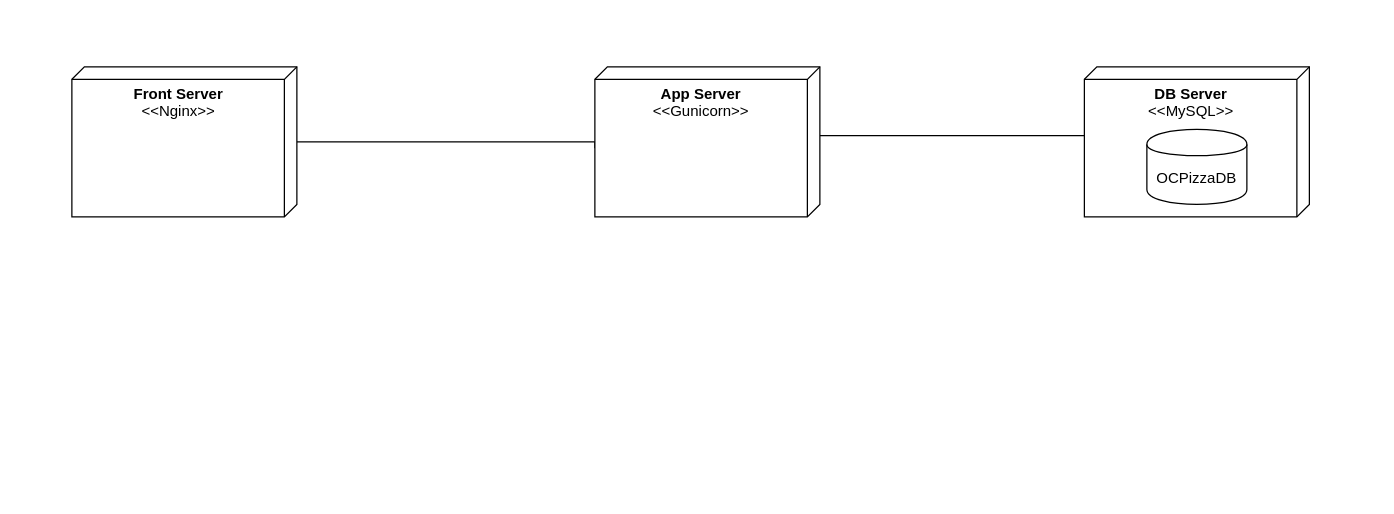
Above: page "DeploymentDiagram" (13 of 13) of Diagrams/OCPizza.drawio in GuillaumeOj/DesignTechnicalSolution (draw.io), before the change. Source tidied: cells renumbered, new cells numbered last; positions are measured from the earlier drawing's top-left corner, leaving out a move shared by most shapes. Both pictures are drawn from the tidied source at 125%, with x=0, y=0 at pixel (71, 66).
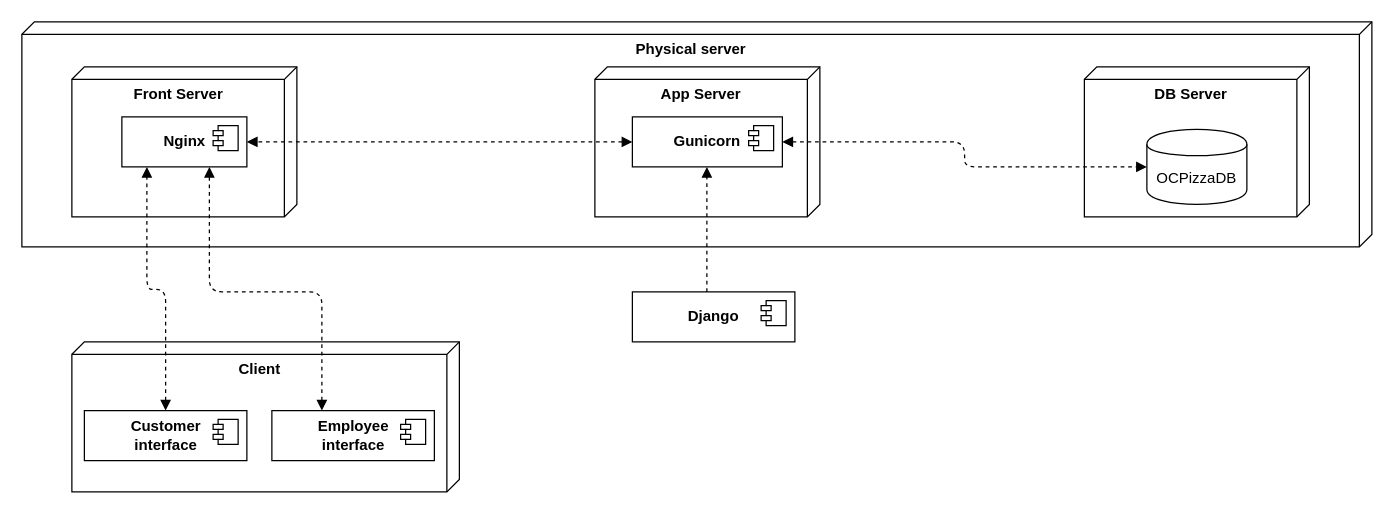
The same page after the edit.

The change refers to these unchanged cells:
```xml
<mxCell id="7" value="OCPizzaDB" style="shape=cylinder;whiteSpace=wrap;html=1;boundedLbl=1;backgroundOutline=1;align=center;" parent="1" vertex="1">
  <mxGeometry x="860" y="50" width="80" height="60" as="geometry" />
</mxCell>
```

Diff of the diagram source:
```diff
@@
+    <mxCell id="8" value="&lt;b&gt;Physical server&lt;/b&gt;" style="verticalAlign=top;align=center;spacingTop=8;spacingLeft=2;spacingRight=12;shape=cube;size=10;direction=south;fontStyle=0;html=1;" parent="1" vertex="1">
+      <mxGeometry x="-40" y="-36" width="1080" height="180" as="geometry" />
+    </mxCell>
+    <mxCell id="5" value="&lt;b&gt;DB Server&lt;/b&gt;" style="verticalAlign=top;align=center;spacingTop=8;spacingLeft=2;spacingRight=12;shape=cube;size=10;direction=south;fontStyle=0;html=1;" parent="1" vertex="1">
+      <mxGeometry x="810" width="180" height="120" as="geometry" />
+    </mxCell>
+    <mxCell id="4" value="&lt;b&gt;App Server&lt;/b&gt;" style="verticalAlign=top;align=center;spacingTop=8;spacingLeft=2;spacingRight=12;shape=cube;size=10;direction=south;fontStyle=0;html=1;" parent="1" vertex="1">
+      <mxGeometry x="418.4" width="180" height="120" as="geometry" />
+    </mxCell>
+    <mxCell id="6" value="&lt;b&gt;Front Server&lt;/b&gt;" style="verticalAlign=top;align=center;spacingTop=8;spacingLeft=2;spacingRight=12;shape=cube;size=10;direction=south;fontStyle=0;html=1;" parent="1" vertex="1">
+      <mxGeometry width="180" height="120" as="geometry" />
+    </mxCell>
+    <mxCell id="9" value="&lt;b&gt;Client&lt;/b&gt;" style="verticalAlign=top;align=center;spacingTop=8;spacingLeft=2;spacingRight=12;shape=cube;size=10;direction=south;fontStyle=0;html=1;" parent="1" vertex="1">
+      <mxGeometry y="220" width="310" height="120" as="geometry" />
+    </mxCell>
-    <mxCell id="2" style="edgeStyle=orthogonalEdgeStyle;rounded=0;jettySize=auto;html=1;exitX=0;exitY=0;exitDx=55;exitDy=0;exitPerimeter=0;startFill=1;endArrow=none;endFill=0;" parent="1" edge="1" source="4" target="5">
-      <mxGeometry relative="1" as="geometry">
-        <Array as="points">
-          <mxPoint x="638.4" y="55" />
-          <mxPoint x="638.4" y="55" />
-        </Array>
-      </mxGeometry>
+    <mxCell id="2" style="edgeStyle=orthogonalEdgeStyle;rounded=1;jettySize=auto;html=1;startFill=1;endArrow=block;endFill=1;startArrow=block;dashed=1;" parent="1" edge="1" source="12" target="7">
+      <mxGeometry relative="1" as="geometry" />
     </mxCell>
-    <mxCell id="3" style="edgeStyle=orthogonalEdgeStyle;rounded=0;jettySize=auto;html=1;exitX=0;exitY=0;exitDx=65;exitDy=180;exitPerimeter=0;startFill=1;endArrow=none;endFill=0;" parent="1" edge="1" source="4" target="6">
-      <mxGeometry relative="1" as="geometry">
-        <Array as="points">
-          <mxPoint x="418.4" y="60" />
-        </Array>
-      </mxGeometry>
+    <mxCell id="3" style="rounded=0;jettySize=auto;html=1;startFill=1;endArrow=block;endFill=1;dashed=1;startArrow=block;" parent="1" edge="1" source="12" target="14">
+      <mxGeometry relative="1" as="geometry" />
     </mxCell>
-    <mxCell id="4" value="&lt;b&gt;App Server&lt;/b&gt;&lt;br&gt;&amp;lt;&amp;lt;Gunicorn&amp;gt;&amp;gt;" style="verticalAlign=top;align=center;spacingTop=8;spacingLeft=2;spacingRight=12;shape=cube;size=10;direction=south;fontStyle=0;html=1;" parent="1" vertex="1">
-      <mxGeometry x="418.4" width="180" height="120" as="geometry" />
-    </mxCell>
-    <mxCell id="5" value="&lt;b&gt;DB Server&lt;/b&gt;&lt;br&gt;&amp;lt;&amp;lt;MySQL&amp;gt;&amp;gt;" style="verticalAlign=top;align=center;spacingTop=8;spacingLeft=2;spacingRight=12;shape=cube;size=10;direction=south;fontStyle=0;html=1;" parent="1" vertex="1">
-      <mxGeometry x="810" width="180" height="120" as="geometry" />
-    </mxCell>
-    <mxCell id="6" value="&lt;b&gt;Front Server&lt;br&gt;&lt;/b&gt;&amp;lt;&amp;lt;Nginx&amp;gt;&amp;gt;" style="verticalAlign=top;align=center;spacingTop=8;spacingLeft=2;spacingRight=12;shape=cube;size=10;direction=south;fontStyle=0;html=1;" parent="1" vertex="1">
-      <mxGeometry width="180" height="120" as="geometry" />
-    </mxCell>
@@
+    <mxCell id="10" style="rounded=1;jettySize=auto;html=1;dashed=1;startArrow=block;startFill=1;endArrow=block;endFill=1;edgeStyle=orthogonalEdgeStyle;strokeWidth=1;" parent="1" edge="1" source="16" target="14">
+      <mxGeometry relative="1" as="geometry">
+        <Array as="points">
+          <mxPoint x="75" y="178" />
+          <mxPoint x="60" y="178" />
+        </Array>
+      </mxGeometry>
+    </mxCell>
+    <mxCell id="11" style="jettySize=auto;html=1;dashed=1;startArrow=block;startFill=1;endArrow=block;endFill=1;edgeStyle=orthogonalEdgeStyle;rounded=1;" parent="1" edge="1" source="18" target="14">
+      <mxGeometry relative="1" as="geometry">
+        <Array as="points">
+          <mxPoint x="200" y="180" />
+          <mxPoint x="110" y="180" />
+        </Array>
+      </mxGeometry>
+    </mxCell>
+    <mxCell id="12" value="&lt;b&gt;Gunicorn&lt;/b&gt;" style="html=1;" parent="1" vertex="1">
+      <mxGeometry x="448.4" y="40" width="120" height="40" as="geometry" />
+    </mxCell>
+    <mxCell id="13" style="shape=component;jettyWidth=8;jettyHeight=4;" parent="12" vertex="1">
+      <mxGeometry x="1" width="20" height="20" relative="1" as="geometry">
+        <mxPoint x="-27" y="7" as="offset" />
+      </mxGeometry>
+    </mxCell>
+    <mxCell id="14" value="&lt;b&gt;Nginx&lt;/b&gt;" style="html=1;" parent="1" vertex="1">
+      <mxGeometry x="40" y="40" width="100" height="40" as="geometry" />
+    </mxCell>
+    <mxCell id="15" style="shape=component;jettyWidth=8;jettyHeight=4;" parent="14" vertex="1">
+      <mxGeometry x="1" width="20" height="20" relative="1" as="geometry">
+        <mxPoint x="-27" y="7" as="offset" />
+      </mxGeometry>
+    </mxCell>
+    <mxCell id="16" value="&lt;b&gt;Customer&lt;br&gt;interface&lt;br&gt;&lt;/b&gt;" style="html=1;" parent="1" vertex="1">
+      <mxGeometry x="10" y="275" width="130" height="40" as="geometry" />
+    </mxCell>
+    <mxCell id="17" style="shape=component;jettyWidth=8;jettyHeight=4;" parent="16" vertex="1">
+      <mxGeometry x="1" width="20" height="20" relative="1" as="geometry">
+        <mxPoint x="-27" y="7" as="offset" />
+      </mxGeometry>
+    </mxCell>
+    <mxCell id="18" value="&lt;b&gt;Employee&lt;br&gt;interface&lt;br&gt;&lt;/b&gt;" style="html=1;" parent="1" vertex="1">
+      <mxGeometry x="160" y="275" width="130" height="40" as="geometry" />
+    </mxCell>
+    <mxCell id="19" style="shape=component;jettyWidth=8;jettyHeight=4;" parent="18" vertex="1">
+      <mxGeometry x="1" width="20" height="20" relative="1" as="geometry">
+        <mxPoint x="-27" y="7" as="offset" />
+      </mxGeometry>
+    </mxCell>
+    <mxCell id="20" value="&lt;b&gt;Django&lt;br&gt;&lt;/b&gt;" style="html=1;" parent="1" vertex="1">
+      <mxGeometry x="448.4" y="180" width="130" height="40" as="geometry" />
+    </mxCell>
+    <mxCell id="21" style="shape=component;jettyWidth=8;jettyHeight=4;" parent="20" vertex="1">
+      <mxGeometry x="1" width="20" height="20" relative="1" as="geometry">
+        <mxPoint x="-27" y="7" as="offset" />
+      </mxGeometry>
+    </mxCell>
+    <mxCell id="22" style="jettySize=auto;html=1;dashed=1;startArrow=none;startFill=0;endArrow=block;endFill=1;edgeStyle=orthogonalEdgeStyle;rounded=1;" parent="1" edge="1" source="20" target="12">
+      <mxGeometry relative="1" as="geometry">
+        <Array as="points">
+          <mxPoint x="508" y="130" />
+          <mxPoint x="508" y="130" />
+        </Array>
+      </mxGeometry>
+    </mxCell>
```
